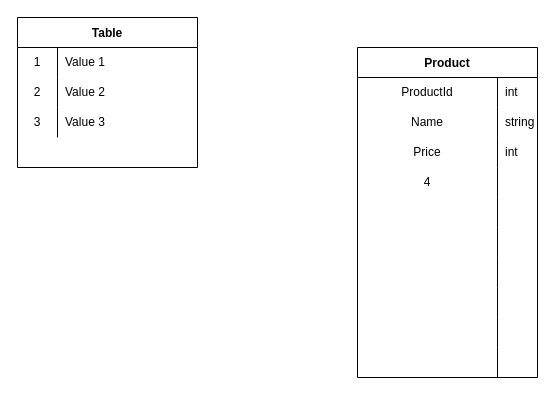
The draw.io diagram Database-Flowchart/Untitled Diagram.drawio in IvanVelychko/Database-Coderclass-Webwinkel, before the edit. Source tidied: cells renumbered, new cells numbered last; positions are measured from the earlier drawing's top-left corner, leaving out a move shared by most shapes. Both pictures are drawn from the tidied source at 100%, with x=0, y=0 at pixel (17, 17).
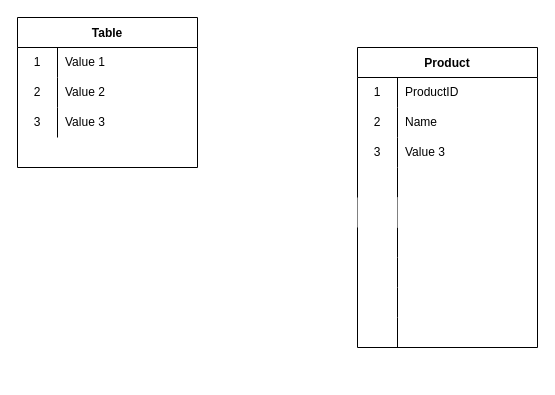
Above is the later version.

The change refers to these unchanged cells:
```xml
<mxCell id="3" style="shape=tableRow;horizontal=0;startSize=0;swimlaneHead=0;swimlaneBody=0;top=0;left=0;bottom=0;right=0;fillColor=none;" parent="2" vertex="1">
  <mxGeometry y="30" width="180" height="30" as="geometry" />
</mxCell>
<mxCell id="6" style="shape=tableRow;horizontal=0;startSize=0;swimlaneHead=0;swimlaneBody=0;top=0;left=0;bottom=0;right=0;fillColor=none;" parent="2" vertex="1">
  <mxGeometry y="60" width="180" height="30" as="geometry" />
</mxCell>
<mxCell id="9" style="shape=tableRow;horizontal=0;startSize=0;swimlaneHead=0;swimlaneBody=0;top=0;left=0;bottom=0;right=0;fillColor=none;" parent="2" vertex="1">
  <mxGeometry y="90" width="180" height="30" as="geometry" />
</mxCell>
```

The edit, as a diff of the source:
```diff
@@
-    <mxCell id="2" value="Product" style="shape=table;startSize=30;childLayout=tableLayout;rowLines=0;fontStyle=1;rounded=0;swimlaneLine=1;sketch=0;shadow=0;comic=0;columnLines=1;" parent="1" vertex="1">
-      <mxGeometry x="340" y="30" width="180" height="330" as="geometry" />
+    <mxCell id="2" value="Product" style="shape=table;startSize=30;childLayout=tableLayout;rowLines=0;fontStyle=1;rounded=0;swimlaneLine=1;sketch=0;shadow=0;comic=0;columnLines=1;flipH=0;" parent="1" vertex="1">
+      <mxGeometry x="340" y="30" width="180" height="300" as="geometry" />
     </mxCell>
@@
-    <mxCell id="4" value="ProductId" style="shape=partialRectangle;html=1;whiteSpace=wrap;fillColor=none;top=0;left=0;bottom=0;right=0;overflow=hidden;" parent="3" vertex="1">
-      <mxGeometry width="140" height="30" as="geometry" />
+    <mxCell id="4" value="1" style="shape=partialRectangle;html=1;whiteSpace=wrap;fillColor=none;top=0;left=0;bottom=0;right=0;overflow=hidden;" parent="3" vertex="1">
+      <mxGeometry width="40" height="30" as="geometry" />
     </mxCell>
-    <mxCell id="5" value="int" style="shape=partialRectangle;html=1;whiteSpace=wrap;fillColor=none;top=0;left=0;bottom=0;right=0;align=left;spacingLeft=6;overflow=hidden;" parent="3" vertex="1">
-      <mxGeometry x="140" width="40" height="30" as="geometry" />
+    <mxCell id="5" value="ProductID" style="shape=partialRectangle;html=1;whiteSpace=wrap;fillColor=none;top=0;left=0;bottom=0;right=0;align=left;spacingLeft=6;overflow=hidden;" parent="3" vertex="1">
+      <mxGeometry x="40" width="140" height="30" as="geometry" />
     </mxCell>
@@
-    <mxCell id="7" value="Name" style="shape=partialRectangle;html=1;whiteSpace=wrap;fillColor=none;top=0;left=0;bottom=0;right=0;overflow=hidden;" parent="6" vertex="1">
-      <mxGeometry width="140" height="30" as="geometry" />
+    <mxCell id="7" value="2" style="shape=partialRectangle;html=1;whiteSpace=wrap;fillColor=none;top=0;left=0;bottom=0;right=0;overflow=hidden;" parent="6" vertex="1">
+      <mxGeometry width="40" height="30" as="geometry" />
     </mxCell>
-    <mxCell id="8" value="&lt;div&gt;string&lt;/div&gt;" style="shape=partialRectangle;html=1;whiteSpace=wrap;fillColor=none;top=0;left=0;bottom=0;right=0;align=left;spacingLeft=6;overflow=hidden;" parent="6" vertex="1">
-      <mxGeometry x="140" width="40" height="30" as="geometry" />
+    <mxCell id="8" value="Name" style="shape=partialRectangle;html=1;whiteSpace=wrap;fillColor=none;top=0;left=0;bottom=0;right=0;align=left;spacingLeft=6;overflow=hidden;" parent="6" vertex="1">
+      <mxGeometry x="40" width="140" height="30" as="geometry" />
     </mxCell>
@@
-    <mxCell id="10" value="Price" style="shape=partialRectangle;html=1;whiteSpace=wrap;fillColor=none;top=0;left=0;bottom=0;right=0;overflow=hidden;" parent="9" vertex="1">
-      <mxGeometry width="140" height="30" as="geometry" />
+    <mxCell id="10" value="3" style="shape=partialRectangle;html=1;whiteSpace=wrap;fillColor=none;top=0;left=0;bottom=0;right=0;overflow=hidden;" parent="9" vertex="1">
+      <mxGeometry width="40" height="30" as="geometry" />
     </mxCell>
-    <mxCell id="11" value="int" style="shape=partialRectangle;html=1;whiteSpace=wrap;fillColor=none;top=0;left=0;bottom=0;right=0;align=left;spacingLeft=6;overflow=hidden;" parent="9" vertex="1">
-      <mxGeometry x="140" width="40" height="30" as="geometry" />
+    <mxCell id="11" value="Value 3" style="shape=partialRectangle;html=1;whiteSpace=wrap;fillColor=none;top=0;left=0;bottom=0;right=0;align=left;spacingLeft=6;overflow=hidden;" parent="9" vertex="1">
+      <mxGeometry x="40" width="140" height="30" as="geometry" />
     </mxCell>
-    <mxCell id="12" style="shape=tableRow;horizontal=0;startSize=0;swimlaneHead=0;swimlaneBody=0;top=0;left=0;bottom=0;right=0;fillColor=none;" parent="2" vertex="1">
-      <mxGeometry y="120" width="180" height="30" as="geometry" />
-    </mxCell>
-    <mxCell id="13" value="4" style="shape=partialRectangle;html=1;whiteSpace=wrap;fillColor=none;top=0;left=0;bottom=0;right=0;overflow=hidden;" parent="12" vertex="1">
-      <mxGeometry width="140" height="30" as="geometry" />
-    </mxCell>
-    <mxCell id="14" style="shape=partialRectangle;html=1;whiteSpace=wrap;fillColor=none;top=0;left=0;bottom=0;right=0;align=left;spacingLeft=6;overflow=hidden;" parent="12" vertex="1">
-      <mxGeometry x="140" width="40" height="30" as="geometry" />
-    </mxCell>
     <mxCell id="15" style="shape=tableRow;horizontal=0;startSize=0;swimlaneHead=0;swimlaneBody=0;top=0;left=0;bottom=0;right=0;fillColor=none;" parent="2" vertex="1">
-      <mxGeometry y="150" width="180" height="30" as="geometry" />
+      <mxGeometry y="120" width="180" height="30" as="geometry" />
     </mxCell>
     <mxCell id="16" style="shape=partialRectangle;html=1;whiteSpace=wrap;fillColor=none;top=0;left=0;bottom=0;right=0;overflow=hidden;" parent="15" vertex="1">
-      <mxGeometry width="140" height="30" as="geometry" />
+      <mxGeometry width="40" height="30" as="geometry" />
     </mxCell>
     <mxCell id="17" style="shape=partialRectangle;html=1;whiteSpace=wrap;fillColor=none;top=0;left=0;bottom=0;right=0;align=left;spacingLeft=6;overflow=hidden;" parent="15" vertex="1">
-      <mxGeometry x="140" width="40" height="30" as="geometry" />
+      <mxGeometry x="40" width="140" height="30" as="geometry" />
     </mxCell>
     <mxCell id="18" style="shape=tableRow;horizontal=0;startSize=0;swimlaneHead=0;swimlaneBody=0;top=0;left=0;bottom=0;right=0;fillColor=none;" parent="2" vertex="1">
-      <mxGeometry y="180" width="180" height="30" as="geometry" />
+      <mxGeometry y="150" width="180" height="30" as="geometry" />
     </mxCell>
-    <mxCell id="19" style="shape=partialRectangle;html=1;whiteSpace=wrap;fillColor=none;top=0;left=0;bottom=0;right=0;overflow=hidden;" parent="18" vertex="1">
-      <mxGeometry width="140" height="30" as="geometry" />
+    <mxCell id="19" style="shape=partialRectangle;html=1;whiteSpace=wrap;top=0;left=0;bottom=0;right=0;overflow=hidden;" parent="18" vertex="1">
+      <mxGeometry width="40" height="30" as="geometry" />
     </mxCell>
     <mxCell id="20" style="shape=partialRectangle;html=1;whiteSpace=wrap;fillColor=none;top=0;left=0;bottom=0;right=0;align=left;spacingLeft=6;overflow=hidden;" parent="18" vertex="1">
-      <mxGeometry x="140" width="40" height="30" as="geometry" />
+      <mxGeometry x="40" width="140" height="30" as="geometry" />
     </mxCell>
     <mxCell id="21" style="shape=tableRow;horizontal=0;startSize=0;swimlaneHead=0;swimlaneBody=0;top=0;left=0;bottom=0;right=0;fillColor=none;" parent="2" vertex="1">
-      <mxGeometry y="210" width="180" height="30" as="geometry" />
+      <mxGeometry y="180" width="180" height="30" as="geometry" />
     </mxCell>
     <mxCell id="22" style="shape=partialRectangle;html=1;whiteSpace=wrap;fillColor=none;top=0;left=0;bottom=0;right=0;overflow=hidden;" parent="21" vertex="1">
-      <mxGeometry width="140" height="30" as="geometry" />
+      <mxGeometry width="40" height="30" as="geometry" />
     </mxCell>
     <mxCell id="23" style="shape=partialRectangle;html=1;whiteSpace=wrap;fillColor=none;top=0;left=0;bottom=0;right=0;align=left;spacingLeft=6;overflow=hidden;" parent="21" vertex="1">
-      <mxGeometry x="140" width="40" height="30" as="geometry" />
+      <mxGeometry x="40" width="140" height="30" as="geometry" />
     </mxCell>
     <mxCell id="24" style="shape=tableRow;horizontal=0;startSize=0;swimlaneHead=0;swimlaneBody=0;top=0;left=0;bottom=0;right=0;fillColor=none;" parent="2" vertex="1">
-      <mxGeometry y="240" width="180" height="30" as="geometry" />
+      <mxGeometry y="210" width="180" height="30" as="geometry" />
     </mxCell>
     <mxCell id="25" style="shape=partialRectangle;html=1;whiteSpace=wrap;fillColor=none;top=0;left=0;bottom=0;right=0;overflow=hidden;" parent="24" vertex="1">
-      <mxGeometry width="140" height="30" as="geometry" />
+      <mxGeometry width="40" height="30" as="geometry" />
     </mxCell>
     <mxCell id="26" style="shape=partialRectangle;html=1;whiteSpace=wrap;fillColor=none;top=0;left=0;bottom=0;right=0;align=left;spacingLeft=6;overflow=hidden;" parent="24" vertex="1">
-      <mxGeometry x="140" width="40" height="30" as="geometry" />
+      <mxGeometry x="40" width="140" height="30" as="geometry" />
     </mxCell>
     <mxCell id="27" style="shape=tableRow;horizontal=0;startSize=0;swimlaneHead=0;swimlaneBody=0;top=0;left=0;bottom=0;right=0;fillColor=none;" parent="2" vertex="1">
-      <mxGeometry y="270" width="180" height="30" as="geometry" />
+      <mxGeometry y="240" width="180" height="30" as="geometry" />
     </mxCell>
     <mxCell id="28" style="shape=partialRectangle;html=1;whiteSpace=wrap;fillColor=none;top=0;left=0;bottom=0;right=0;overflow=hidden;" parent="27" vertex="1">
-      <mxGeometry width="140" height="30" as="geometry" />
+      <mxGeometry width="40" height="30" as="geometry" />
     </mxCell>
     <mxCell id="29" style="shape=partialRectangle;html=1;whiteSpace=wrap;fillColor=none;top=0;left=0;bottom=0;right=0;align=left;spacingLeft=6;overflow=hidden;" parent="27" vertex="1">
-      <mxGeometry x="140" width="40" height="30" as="geometry" />
+      <mxGeometry x="40" width="140" height="30" as="geometry" />
     </mxCell>
     <mxCell id="30" style="shape=tableRow;horizontal=0;startSize=0;swimlaneHead=0;swimlaneBody=0;top=0;left=0;bottom=0;right=0;fillColor=none;" parent="2" vertex="1">
-      <mxGeometry y="300" width="180" height="30" as="geometry" />
+      <mxGeometry y="270" width="180" height="30" as="geometry" />
     </mxCell>
     <mxCell id="31" style="shape=partialRectangle;html=1;whiteSpace=wrap;fillColor=none;top=0;left=0;bottom=0;right=0;overflow=hidden;" parent="30" vertex="1">
-      <mxGeometry width="140" height="30" as="geometry" />
+      <mxGeometry width="40" height="30" as="geometry" />
     </mxCell>
     <mxCell id="32" style="shape=partialRectangle;html=1;whiteSpace=wrap;fillColor=none;top=0;left=0;bottom=0;right=0;align=left;spacingLeft=6;overflow=hidden;" parent="30" vertex="1">
-      <mxGeometry x="140" width="40" height="30" as="geometry" />
+      <mxGeometry x="40" width="140" height="30" as="geometry" />
     </mxCell>
```
